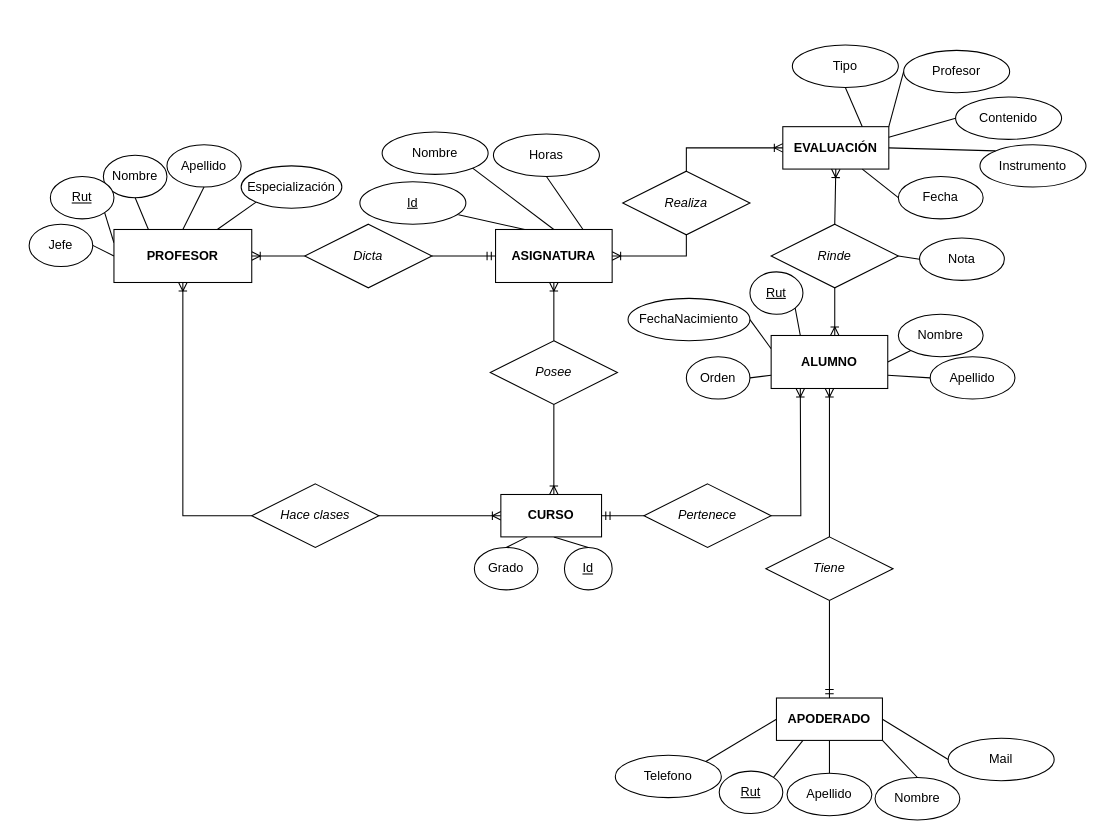
The draw.io diagram Mer colegio modificado 2.drawio in Javierlq/proyectoBD, before the edit. Source tidied: cells renumbered, new cells numbered last; positions are measured from the earlier drawing's top-left corner, leaving out a move shared by most shapes. Both pictures are drawn from the tidied source at 106%, with x=0, y=0 at pixel (29, 45).
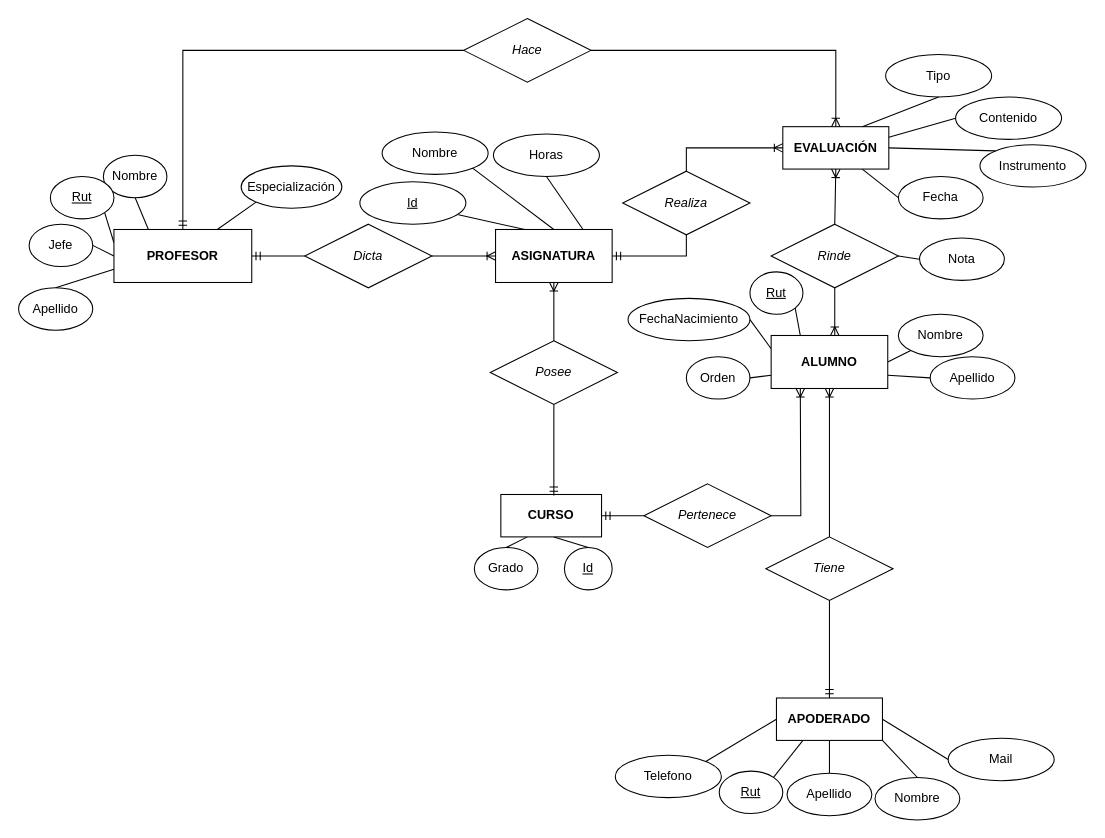
The same page after the edit.

The change refers to these unchanged cells:
```xml
<mxCell id="2" value="&lt;i&gt;Dicta&lt;/i&gt;" style="shape=rhombus;perimeter=rhombusPerimeter;whiteSpace=wrap;html=1;align=center;" parent="1" vertex="1">
  <mxGeometry x="260" y="169" width="120" height="60" as="geometry" />
</mxCell>
<mxCell id="44" value="&lt;i&gt;Posee&lt;/i&gt;" style="shape=rhombus;perimeter=rhombusPerimeter;whiteSpace=wrap;html=1;align=center;" parent="1" vertex="1">
  <mxGeometry x="435" y="279" width="120" height="60" as="geometry" />
</mxCell>
<mxCell id="51" value="&lt;b&gt;PROFESOR&lt;/b&gt;" style="whiteSpace=wrap;html=1;align=center;" parent="1" vertex="1">
  <mxGeometry x="80" y="174" width="130" height="50" as="geometry" />
</mxCell>
<mxCell id="52" value="&lt;b&gt;ASIGNATURA&lt;/b&gt;" style="whiteSpace=wrap;html=1;align=center;" parent="1" vertex="1">
  <mxGeometry x="440" y="174" width="110" height="50" as="geometry" />
</mxCell>
<mxCell id="55" value="&lt;b&gt;EVALUACIÓN&lt;/b&gt;" style="whiteSpace=wrap;html=1;align=center;" parent="1" vertex="1">
  <mxGeometry x="711" y="77" width="100" height="40" as="geometry" />
</mxCell>
<mxCell id="77" value="&lt;i&gt;Realiza&lt;/i&gt;" style="shape=rhombus;perimeter=rhombusPerimeter;whiteSpace=wrap;html=1;align=center;" parent="1" vertex="1">
  <mxGeometry x="560" y="119" width="120" height="60" as="geometry" />
</mxCell>
```

Diff of the diagram source:
```diff
@@
-    <mxCell id="3" style="edgeStyle=elbowEdgeStyle;fontSize=12;html=1;endArrow=ERoneToMany;rounded=0;entryX=1;entryY=0.5;entryDx=0;entryDy=0;exitX=0;exitY=0.5;exitDx=0;exitDy=0;" parent="1" edge="1" source="2">
-      <mxGeometry relative="1" as="geometry">
-        <mxPoint x="210" y="199" as="targetPoint" />
-      </mxGeometry>
+    <mxCell id="3" style="edgeStyle=elbowEdgeStyle;fontSize=12;html=1;endArrow=ERoneToMany;rounded=0;entryX=0;entryY=0.5;entryDx=0;entryDy=0;exitX=1;exitY=0.5;exitDx=0;exitDy=0;" parent="1" edge="1" source="2" target="52">
+      <mxGeometry relative="1" as="geometry" />
     </mxCell>
-    <mxCell id="4" value="&lt;i&gt;Hace clases&lt;/i&gt;" style="shape=rhombus;perimeter=rhombusPerimeter;whiteSpace=wrap;html=1;align=center;" parent="1" vertex="1">
-      <mxGeometry x="210" y="414" width="120" height="60" as="geometry" />
-    </mxCell>
-    <mxCell id="5" style="fontSize=12;html=1;endArrow=ERoneToMany;rounded=0;entryX=0;entryY=0.5;entryDx=0;entryDy=0;" parent="1" edge="1">
-      <mxGeometry relative="1" as="geometry">
-        <mxPoint x="330" y="444" as="sourcePoint" />
-        <mxPoint x="445" y="444" as="targetPoint" />
-        <Array as="points">
-          <mxPoint x="390" y="444" />
-        </Array>
-      </mxGeometry>
-    </mxCell>
-    <mxCell id="6" style="fontSize=12;html=1;endArrow=ERoneToMany;rounded=0;entryX=0.5;entryY=1;entryDx=0;entryDy=0;exitX=0;exitY=0.5;exitDx=0;exitDy=0;" parent="1" edge="1" source="4">
-      <mxGeometry relative="1" as="geometry">
-        <mxPoint x="145" y="224" as="targetPoint" />
-        <Array as="points">
-          <mxPoint x="145" y="444" />
-        </Array>
-      </mxGeometry>
-    </mxCell>
@@
     <mxCell id="16" value="Apellido" style="ellipse;whiteSpace=wrap;html=1;align=center;" parent="1" vertex="1">
-      <mxGeometry x="130" y="94" width="70" height="40" as="geometry" />
+      <mxGeometry x="-10" y="229" width="70" height="40" as="geometry" />
     </mxCell>
@@
-    <mxCell id="18" style="endArrow=none;html=1;rounded=0;exitX=0.5;exitY=0;exitDx=0;exitDy=0;entryX=0.5;entryY=1;entryDx=0;entryDy=0;" parent="1" edge="1" target="16">
-      <mxGeometry relative="1" as="geometry">
-        <mxPoint x="145" y="174" as="sourcePoint" />
-      </mxGeometry>
+    <mxCell id="18" style="endArrow=none;html=1;rounded=0;exitX=0;exitY=0.75;exitDx=0;exitDy=0;entryX=0.5;entryY=0;entryDx=0;entryDy=0;" parent="1" edge="1" source="51" target="16">
+      <mxGeometry relative="1" as="geometry" />
     </mxCell>
@@
-    <mxCell id="46" style="fontSize=12;html=1;endArrow=ERoneToMany;rounded=0;exitX=0.5;exitY=1;exitDx=0;exitDy=0;entryX=0.5;entryY=0;entryDx=0;entryDy=0;" parent="1" edge="1" source="44">
-      <mxGeometry relative="1" as="geometry">
-        <mxPoint x="495" y="424" as="targetPoint" />
-      </mxGeometry>
-    </mxCell>
@@
     <mxCell id="70" value="Tipo" style="ellipse;whiteSpace=wrap;html=1;align=center;" parent="1" vertex="1">
-      <mxGeometry x="720" width="100" height="40" as="geometry" />
+      <mxGeometry x="808" y="9" width="100" height="40" as="geometry" />
     </mxCell>
@@
-    <mxCell id="72" value="Profesor" style="ellipse;whiteSpace=wrap;html=1;align=center;" parent="1" vertex="1">
-      <mxGeometry x="825" y="5" width="100" height="40" as="geometry" />
-    </mxCell>
@@
-    <mxCell id="76" style="endArrow=none;html=1;rounded=0;entryX=0;entryY=0.5;entryDx=0;entryDy=0;exitX=1;exitY=0;exitDx=0;exitDy=0;" parent="1" edge="1" source="55" target="72">
-      <mxGeometry relative="1" as="geometry" />
-    </mxCell>
@@
-    <mxCell id="78" style="edgeStyle=orthogonalEdgeStyle;fontSize=12;html=1;endArrow=ERoneToMany;rounded=0;exitX=0.5;exitY=1;exitDx=0;exitDy=0;entryX=1;entryY=0.5;entryDx=0;entryDy=0;" parent="1" edge="1" source="77" target="52">
-      <mxGeometry relative="1" as="geometry" />
-    </mxCell>
@@
-    <mxCell id="80" style="edgeStyle=entityRelationEdgeStyle;fontSize=12;html=1;endArrow=ERmandOne;rounded=0;exitX=1;exitY=0.5;exitDx=0;exitDy=0;entryX=0;entryY=0.5;entryDx=0;entryDy=0;" parent="1" edge="1" source="2" target="52">
+    <mxCell id="80" style="edgeStyle=entityRelationEdgeStyle;fontSize=12;html=1;endArrow=ERmandOne;rounded=0;exitX=0;exitY=0.5;exitDx=0;exitDy=0;entryX=1;entryY=0.5;entryDx=0;entryDy=0;" parent="1" edge="1" source="2" target="51">
       <mxGeometry relative="1" as="geometry" />
     </mxCell>
+    <mxCell id="78" style="edgeStyle=orthogonalEdgeStyle;fontSize=12;html=1;endArrow=ERmandOne;rounded=0;exitX=0.5;exitY=1;exitDx=0;exitDy=0;entryX=1;entryY=0.5;entryDx=0;entryDy=0;" parent="1" edge="1" source="77" target="52">
+      <mxGeometry relative="1" as="geometry" />
+    </mxCell>
+    <mxCell id="81" value="&lt;i&gt;Hace&lt;/i&gt;" style="shape=rhombus;perimeter=rhombusPerimeter;whiteSpace=wrap;html=1;align=center;" parent="1" vertex="1">
+      <mxGeometry x="410" y="-25" width="120" height="60" as="geometry" />
+    </mxCell>
+    <mxCell id="82" style="fontSize=12;html=1;endArrow=ERmandOne;rounded=0;exitX=0.5;exitY=1;exitDx=0;exitDy=0;" parent="1" edge="1" source="44">
+      <mxGeometry relative="1" as="geometry">
+        <mxPoint x="495" y="425" as="targetPoint" />
+      </mxGeometry>
+    </mxCell>
+    <mxCell id="83" style="edgeStyle=orthogonalEdgeStyle;fontSize=12;html=1;endArrow=ERmandOne;rounded=0;entryX=0.5;entryY=0;entryDx=0;entryDy=0;exitX=0;exitY=0.5;exitDx=0;exitDy=0;" parent="1" edge="1" source="81" target="51">
+      <mxGeometry relative="1" as="geometry" />
+    </mxCell>
+    <mxCell id="84" style="edgeStyle=orthogonalEdgeStyle;fontSize=12;html=1;endArrow=ERoneToMany;rounded=0;entryX=0.5;entryY=0;entryDx=0;entryDy=0;exitX=1;exitY=0.5;exitDx=0;exitDy=0;" parent="1" edge="1" source="81" target="55">
+      <mxGeometry relative="1" as="geometry" />
+    </mxCell>
```
